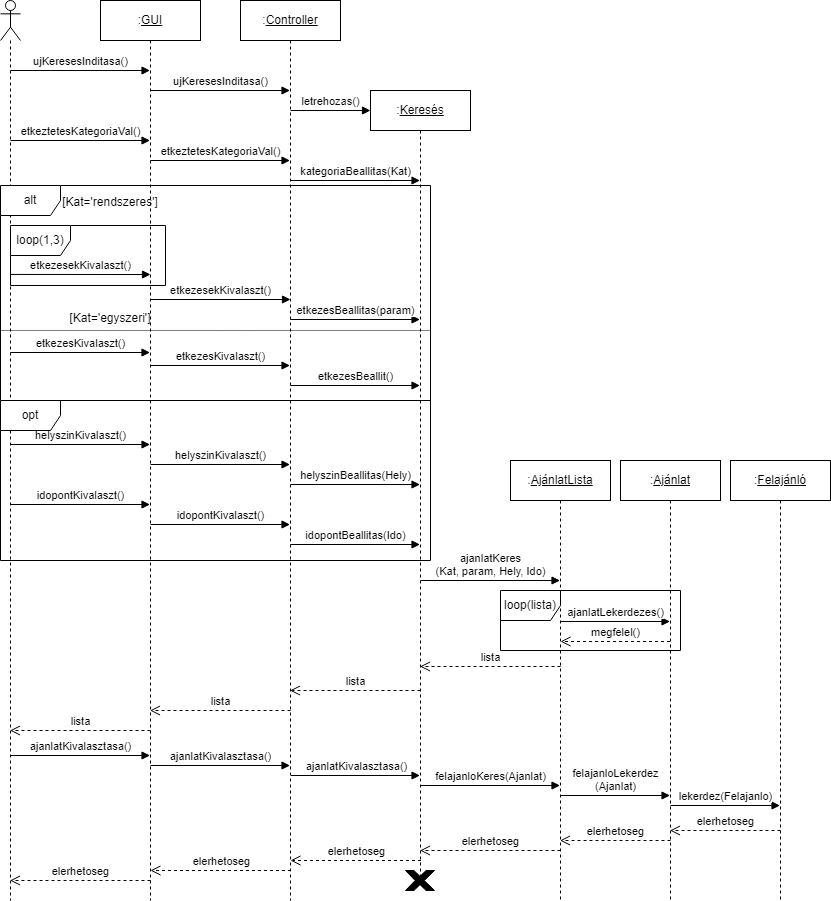
Residuum22/swdhomework keeps this draw.io diagram as SequenceDiagram.png. Above is the earlier version. Source tidied: cells renumbered, new cells last; positions are measured from the earlier drawing's top-left corner, leaving out a move shared by most shapes. The source it was exported from:
```xml
<mxGraphModel>
  <root>
    <mxCell id="0" />
    <mxCell id="1" parent="0" />
    <mxCell id="2" style="shape=umlLifeline;participant=umlActor;perimeter=lifelinePerimeter;whiteSpace=wrap;html=1;verticalAlign=top;spacingTop=36;outlineConnect=0;" parent="1" vertex="1">
      <mxGeometry width="20" height="900" as="geometry" />
    </mxCell>
    <mxCell id="3" value="ujKeresesInditasa()" style="html=1;verticalAlign=bottom;endArrow=block;rounded=0;" parent="2" edge="1" target="8">
      <mxGeometry relative="1" as="geometry">
        <mxPoint x="10" y="70" as="sourcePoint" />
      </mxGeometry>
    </mxCell>
    <mxCell id="4" value="etkeztetesKategoriaVal()" style="html=1;verticalAlign=bottom;endArrow=block;rounded=0;" parent="2" edge="1" target="8">
      <mxGeometry relative="1" as="geometry">
        <mxPoint x="10" y="140" as="sourcePoint" />
      </mxGeometry>
    </mxCell>
    <mxCell id="5" value="idopontKivalaszt()" style="html=1;verticalAlign=bottom;endArrow=block;rounded=0;" parent="2" edge="1">
      <mxGeometry relative="1" as="geometry">
        <mxPoint x="10" y="504" as="sourcePoint" />
        <mxPoint x="149.5" y="504" as="targetPoint" />
      </mxGeometry>
    </mxCell>
    <mxCell id="6" value="etkezesKivalaszt()" style="html=1;verticalAlign=bottom;endArrow=block;rounded=0;" parent="2" edge="1">
      <mxGeometry relative="1" as="geometry">
        <mxPoint x="10" y="352" as="sourcePoint" />
        <mxPoint x="149.5" y="352" as="targetPoint" />
      </mxGeometry>
    </mxCell>
    <mxCell id="7" value="ajanlatKivalasztasa()" style="html=1;verticalAlign=bottom;endArrow=block;rounded=0;" parent="2" edge="1">
      <mxGeometry relative="1" as="geometry">
        <mxPoint x="10" y="755" as="sourcePoint" />
        <mxPoint x="149.5" y="755" as="targetPoint" />
      </mxGeometry>
    </mxCell>
    <mxCell id="8" value=":&lt;u&gt;GUI&lt;/u&gt;" style="shape=umlLifeline;perimeter=lifelinePerimeter;whiteSpace=wrap;html=1;outlineConnect=0;" parent="1" vertex="1">
      <mxGeometry x="100" width="100" height="900" as="geometry" />
    </mxCell>
    <mxCell id="9" value="ujKeresesInditasa()" style="html=1;verticalAlign=bottom;endArrow=block;rounded=0;" parent="8" edge="1" target="11">
      <mxGeometry relative="1" as="geometry">
        <mxPoint x="50" y="90" as="sourcePoint" />
      </mxGeometry>
    </mxCell>
    <mxCell id="10" value="etkeztetesKategoriaVal()" style="html=1;verticalAlign=bottom;endArrow=block;rounded=0;" parent="8" edge="1" target="11">
      <mxGeometry relative="1" as="geometry">
        <mxPoint x="50" y="160" as="sourcePoint" />
      </mxGeometry>
    </mxCell>
    <mxCell id="11" value=":&lt;u&gt;Controller&lt;/u&gt;" style="shape=umlLifeline;perimeter=lifelinePerimeter;whiteSpace=wrap;html=1;outlineConnect=0;" parent="1" vertex="1">
      <mxGeometry x="240" width="100" height="900" as="geometry" />
    </mxCell>
    <mxCell id="12" value="letrehozas()" style="html=1;verticalAlign=bottom;endArrow=block;rounded=0;" parent="11" edge="1">
      <mxGeometry relative="1" as="geometry">
        <mxPoint x="50" y="110" as="sourcePoint" />
        <mxPoint x="130" y="110" as="targetPoint" />
      </mxGeometry>
    </mxCell>
    <mxCell id="13" value="kategoriaBeallitas(Kat)" style="html=1;verticalAlign=bottom;endArrow=block;rounded=0;" parent="11" edge="1" target="22">
      <mxGeometry relative="1" as="geometry">
        <mxPoint x="50" y="180" as="sourcePoint" />
      </mxGeometry>
    </mxCell>
    <mxCell id="14" value="etkezesBeallitas(param)" style="html=1;verticalAlign=bottom;endArrow=block;rounded=0;" parent="11" edge="1">
      <mxGeometry relative="1" as="geometry">
        <mxPoint x="50" y="319" as="sourcePoint" />
        <mxPoint x="179.5" y="319" as="targetPoint" />
      </mxGeometry>
    </mxCell>
    <mxCell id="15" value="helyszinKivalaszt()" style="html=1;verticalAlign=bottom;endArrow=block;rounded=0;" parent="11" edge="1">
      <mxGeometry relative="1" as="geometry">
        <mxPoint x="-90" y="464" as="sourcePoint" />
        <mxPoint x="49.5" y="464" as="targetPoint" />
      </mxGeometry>
    </mxCell>
    <mxCell id="16" value="helyszinBeallitas(Hely)" style="html=1;verticalAlign=bottom;endArrow=block;rounded=0;" parent="11" edge="1">
      <mxGeometry relative="1" as="geometry">
        <mxPoint x="50" y="484" as="sourcePoint" />
        <mxPoint x="179.5" y="484" as="targetPoint" />
      </mxGeometry>
    </mxCell>
    <mxCell id="17" value="idopontKivalaszt()" style="html=1;verticalAlign=bottom;endArrow=block;rounded=0;" parent="11" edge="1">
      <mxGeometry relative="1" as="geometry">
        <mxPoint x="-90" y="524" as="sourcePoint" />
        <mxPoint x="49.5" y="524" as="targetPoint" />
      </mxGeometry>
    </mxCell>
    <mxCell id="18" value="idopontBeallitas(Ido)" style="html=1;verticalAlign=bottom;endArrow=block;rounded=0;" parent="11" edge="1">
      <mxGeometry relative="1" as="geometry">
        <mxPoint x="50" y="544" as="sourcePoint" />
        <mxPoint x="179.5" y="544" as="targetPoint" />
      </mxGeometry>
    </mxCell>
    <mxCell id="19" value="etkezesKivalaszt()" style="html=1;verticalAlign=bottom;endArrow=block;rounded=0;" parent="11" edge="1">
      <mxGeometry relative="1" as="geometry">
        <mxPoint x="-90" y="365" as="sourcePoint" />
        <mxPoint x="49.5" y="365" as="targetPoint" />
      </mxGeometry>
    </mxCell>
    <mxCell id="20" value="ajanlatKivalasztasa()" style="html=1;verticalAlign=bottom;endArrow=block;rounded=0;" parent="11" edge="1">
      <mxGeometry relative="1" as="geometry">
        <mxPoint x="-90" y="765" as="sourcePoint" />
        <mxPoint x="49.5" y="765" as="targetPoint" />
      </mxGeometry>
    </mxCell>
    <mxCell id="21" value="elerhetoseg" style="html=1;verticalAlign=bottom;endArrow=open;dashed=1;endSize=8;rounded=0;" parent="11" edge="1">
      <mxGeometry relative="1" as="geometry">
        <mxPoint x="180.5" y="860" as="sourcePoint" />
        <mxPoint x="50" y="860" as="targetPoint" />
      </mxGeometry>
    </mxCell>
    <mxCell id="22" value=":&lt;u&gt;Keresés&lt;/u&gt;" style="shape=umlLifeline;perimeter=lifelinePerimeter;whiteSpace=wrap;html=1;outlineConnect=0;" parent="1" vertex="1">
      <mxGeometry x="370" y="90" width="100" height="790" as="geometry" />
    </mxCell>
    <mxCell id="23" value="alt" style="shape=umlFrame;whiteSpace=wrap;html=1;" parent="22" vertex="1">
      <mxGeometry x="-370" y="95" width="430" height="215" as="geometry" />
    </mxCell>
    <mxCell id="24" value="etkezesBeallit()" style="html=1;verticalAlign=bottom;endArrow=block;rounded=0;" parent="22" edge="1">
      <mxGeometry relative="1" as="geometry">
        <mxPoint x="-80" y="295" as="sourcePoint" />
        <mxPoint x="49.5" y="295" as="targetPoint" />
      </mxGeometry>
    </mxCell>
    <mxCell id="25" value="[Kat='egyszeri']" style="text;html=1;strokeColor=none;fillColor=none;align=center;verticalAlign=middle;whiteSpace=wrap;rounded=0;" parent="22" vertex="1">
      <mxGeometry x="-300" y="220" width="80" height="16" as="geometry" />
    </mxCell>
    <mxCell id="26" value="ajanlatKeres&lt;br&gt;(Kat, param, Hely, Ido)" style="html=1;verticalAlign=bottom;endArrow=block;rounded=0;" parent="22" edge="1" target="31">
      <mxGeometry relative="1" as="geometry">
        <mxPoint x="50" y="490" as="sourcePoint" />
      </mxGeometry>
    </mxCell>
    <mxCell id="27" style="line;strokeWidth=1;fillColor=none;align=left;verticalAlign=middle;spacingTop=-1;spacingLeft=3;spacingRight=3;labelPosition=right;dashed=1;dashPattern=1 1;" parent="22" vertex="1">
      <mxGeometry x="-370" y="236" width="430" height="8" as="geometry" />
    </mxCell>
    <mxCell id="28" value="ajanlatKivalasztasa()" style="html=1;verticalAlign=bottom;endArrow=block;rounded=0;" parent="22" edge="1">
      <mxGeometry relative="1" as="geometry">
        <mxPoint x="-79.5" y="685" as="sourcePoint" />
        <mxPoint x="49.5" y="685" as="targetPoint" />
      </mxGeometry>
    </mxCell>
    <mxCell id="29" value="felajanloKeres(Ajanlat)" style="html=1;verticalAlign=bottom;endArrow=block;rounded=0;" parent="22" edge="1">
      <mxGeometry relative="1" as="geometry">
        <mxPoint x="50" y="695" as="sourcePoint" />
        <mxPoint x="189.5" y="695" as="targetPoint" />
      </mxGeometry>
    </mxCell>
    <mxCell id="30" value="loop(1,3)" style="shape=umlFrame;whiteSpace=wrap;html=1;" parent="22" vertex="1">
      <mxGeometry x="-360" y="135" width="155" height="60" as="geometry" />
    </mxCell>
    <mxCell id="31" value=":&lt;u&gt;AjánlatLista&lt;/u&gt;" style="shape=umlLifeline;perimeter=lifelinePerimeter;whiteSpace=wrap;html=1;outlineConnect=0;" parent="1" vertex="1">
      <mxGeometry x="510" y="460" width="100" height="440" as="geometry" />
    </mxCell>
    <mxCell id="32" value="ajanlatLekerdezes()" style="html=1;verticalAlign=bottom;endArrow=block;rounded=0;" parent="31" edge="1">
      <mxGeometry relative="1" as="geometry">
        <mxPoint x="50" y="161" as="sourcePoint" />
        <mxPoint x="159.5" y="161" as="targetPoint" />
      </mxGeometry>
    </mxCell>
    <mxCell id="33" value="megfelel()" style="html=1;verticalAlign=bottom;endArrow=open;dashed=1;endSize=8;rounded=0;" parent="31" edge="1">
      <mxGeometry relative="1" as="geometry">
        <mxPoint x="159.5" y="181" as="sourcePoint" />
        <mxPoint x="50" y="181" as="targetPoint" />
      </mxGeometry>
    </mxCell>
    <mxCell id="34" value="felajanloLekerdez&lt;br&gt;(Ajanlat)" style="html=1;verticalAlign=bottom;endArrow=block;rounded=0;" parent="31" edge="1">
      <mxGeometry relative="1" as="geometry">
        <mxPoint x="50" y="335" as="sourcePoint" />
        <mxPoint x="159.5" y="335" as="targetPoint" />
      </mxGeometry>
    </mxCell>
    <mxCell id="35" value="elerhetoseg" style="html=1;verticalAlign=bottom;endArrow=open;dashed=1;endSize=8;rounded=0;" parent="31" edge="1" target="31">
      <mxGeometry relative="1" as="geometry">
        <mxPoint x="160" y="380" as="sourcePoint" />
      </mxGeometry>
    </mxCell>
    <mxCell id="36" value="etkezesekKivalaszt()" style="html=1;verticalAlign=bottom;endArrow=block;rounded=0;exitX=0.021;exitY=0.269;exitDx=0;exitDy=0;exitPerimeter=0;" parent="1" edge="1">
      <mxGeometry relative="1" as="geometry">
        <mxPoint x="10.1" y="273.9" as="sourcePoint" />
        <mxPoint x="150" y="274" as="targetPoint" />
      </mxGeometry>
    </mxCell>
    <mxCell id="37" value="etkezesekKivalaszt()" style="html=1;verticalAlign=bottom;endArrow=block;rounded=0;" parent="1" edge="1">
      <mxGeometry relative="1" as="geometry">
        <mxPoint x="149.5" y="299" as="sourcePoint" />
        <mxPoint x="290" y="299" as="targetPoint" />
      </mxGeometry>
    </mxCell>
    <mxCell id="38" value="helyszinKivalaszt()" style="html=1;verticalAlign=bottom;endArrow=block;rounded=0;" parent="1" edge="1">
      <mxGeometry relative="1" as="geometry">
        <mxPoint x="10" y="444" as="sourcePoint" />
        <mxPoint x="149.5" y="444" as="targetPoint" />
      </mxGeometry>
    </mxCell>
    <mxCell id="39" value="[Kat='rendszeres']" style="text;html=1;strokeColor=none;fillColor=none;align=center;verticalAlign=middle;whiteSpace=wrap;rounded=0;" parent="1" vertex="1">
      <mxGeometry x="70" y="194" width="80" height="16" as="geometry" />
    </mxCell>
    <mxCell id="40" value=":&lt;u&gt;Ajánlat&lt;/u&gt;" style="shape=umlLifeline;perimeter=lifelinePerimeter;whiteSpace=wrap;html=1;outlineConnect=0;" parent="1" vertex="1">
      <mxGeometry x="620" y="460" width="100" height="440" as="geometry" />
    </mxCell>
    <mxCell id="41" value="loop(lista)" style="shape=umlFrame;whiteSpace=wrap;html=1;" parent="40" vertex="1">
      <mxGeometry x="-120" y="130" width="180" height="60" as="geometry" />
    </mxCell>
    <mxCell id="42" value="lekerdez(Felajanlo)" style="html=1;verticalAlign=bottom;endArrow=block;rounded=0;" parent="40" edge="1">
      <mxGeometry relative="1" as="geometry">
        <mxPoint x="50" y="345" as="sourcePoint" />
        <mxPoint x="159.5" y="345" as="targetPoint" />
      </mxGeometry>
    </mxCell>
    <mxCell id="43" value="elerhetoseg" style="html=1;verticalAlign=bottom;endArrow=open;dashed=1;endSize=8;rounded=0;" parent="40" edge="1" target="40">
      <mxGeometry relative="1" as="geometry">
        <mxPoint x="160" y="370" as="sourcePoint" />
      </mxGeometry>
    </mxCell>
    <mxCell id="44" value="lista" style="html=1;verticalAlign=bottom;endArrow=open;dashed=1;endSize=8;rounded=0;" parent="1" edge="1">
      <mxGeometry relative="1" as="geometry">
        <mxPoint x="560" y="666" as="sourcePoint" />
        <mxPoint x="419.5" y="666" as="targetPoint" />
      </mxGeometry>
    </mxCell>
    <mxCell id="45" value="lista" style="html=1;verticalAlign=bottom;endArrow=open;dashed=1;endSize=8;rounded=0;" parent="1" edge="1" target="11">
      <mxGeometry relative="1" as="geometry">
        <mxPoint x="420" y="690" as="sourcePoint" />
      </mxGeometry>
    </mxCell>
    <mxCell id="46" value="lista" style="html=1;verticalAlign=bottom;endArrow=open;dashed=1;endSize=8;rounded=0;" parent="1" edge="1" target="8">
      <mxGeometry relative="1" as="geometry">
        <mxPoint x="290" y="710" as="sourcePoint" />
      </mxGeometry>
    </mxCell>
    <mxCell id="47" value="lista" style="html=1;verticalAlign=bottom;endArrow=open;dashed=1;endSize=8;rounded=0;" parent="1" edge="1" target="2">
      <mxGeometry relative="1" as="geometry">
        <mxPoint x="150" y="730" as="sourcePoint" />
      </mxGeometry>
    </mxCell>
    <mxCell id="48" value=":&lt;u&gt;Felajánló&lt;/u&gt;" style="shape=umlLifeline;perimeter=lifelinePerimeter;whiteSpace=wrap;html=1;" parent="1" vertex="1">
      <mxGeometry x="730" y="460" width="100" height="440" as="geometry" />
    </mxCell>
    <mxCell id="49" value="elerhetoseg" style="html=1;verticalAlign=bottom;endArrow=open;dashed=1;endSize=8;rounded=0;" parent="1" edge="1" target="22">
      <mxGeometry relative="1" as="geometry">
        <mxPoint x="560" y="850" as="sourcePoint" />
      </mxGeometry>
    </mxCell>
    <mxCell id="50" value="elerhetoseg" style="html=1;verticalAlign=bottom;endArrow=open;dashed=1;endSize=8;rounded=0;" parent="1" edge="1">
      <mxGeometry relative="1" as="geometry">
        <mxPoint x="290.5" y="870" as="sourcePoint" />
        <mxPoint x="150" y="870" as="targetPoint" />
      </mxGeometry>
    </mxCell>
    <mxCell id="51" value="elerhetoseg" style="html=1;verticalAlign=bottom;endArrow=open;dashed=1;endSize=8;rounded=0;" parent="1" edge="1" target="2">
      <mxGeometry relative="1" as="geometry">
        <mxPoint x="150" y="880" as="sourcePoint" />
      </mxGeometry>
    </mxCell>
    <mxCell id="52" style="verticalLabelPosition=bottom;verticalAlign=top;html=1;shape=mxgraph.basic.x;strokeColor=#000000;fillColor=#000000;" parent="1" vertex="1">
      <mxGeometry x="405" y="870" width="29" height="20" as="geometry" />
    </mxCell>
    <mxCell id="53" value="opt" style="shape=umlFrame;whiteSpace=wrap;html=1;" parent="1" vertex="1">
      <mxGeometry y="400" width="430" height="160" as="geometry" />
    </mxCell>
  </root>
</mxGraphModel>
```
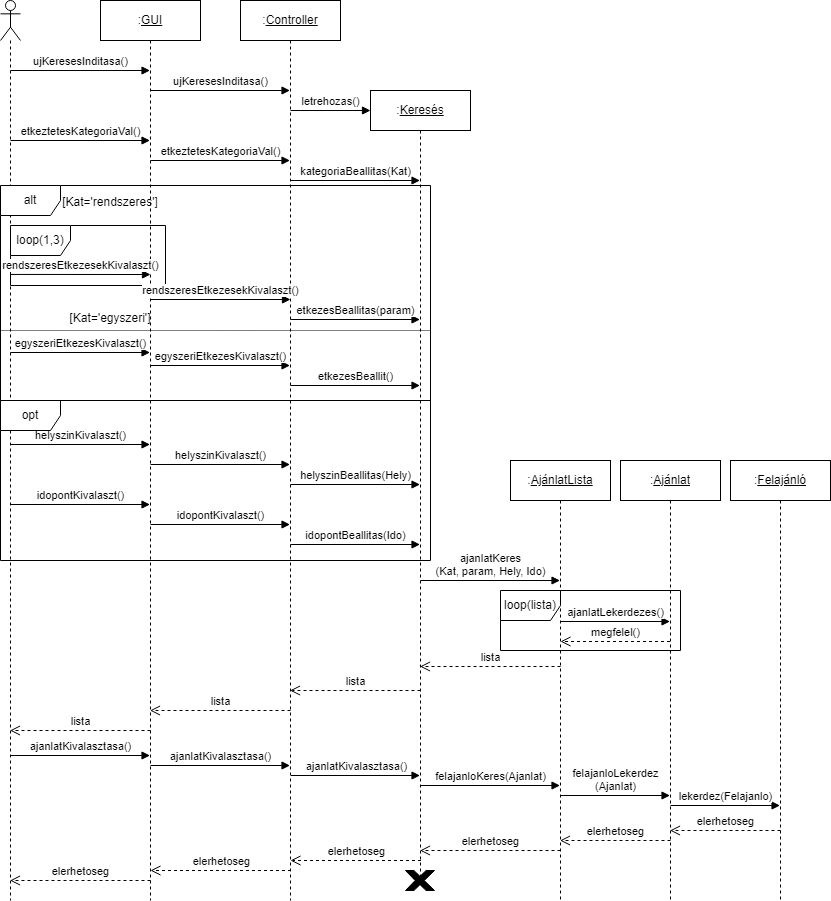
After the commit.

Commit message:
sequence diagram + DCD

Diff of the diagram source:
```diff
@@ -21,7 +21,7 @@
         <mxPoint x="149.5" y="504" as="targetPoint" />
       </mxGeometry>
     </mxCell>
-    <mxCell id="6" value="etkezesKivalaszt()" style="html=1;verticalAlign=bottom;endArrow=block;rounded=0;" parent="2" edge="1">
+    <mxCell id="6" value="egyszeriEtkezesKivalaszt()" style="html=1;verticalAlign=bottom;endArrow=block;rounded=0;" parent="2" edge="1">
       <mxGeometry relative="1" as="geometry">
         <mxPoint x="10" y="352" as="sourcePoint" />
         <mxPoint x="149.5" y="352" as="targetPoint" />
@@ -90,7 +90,7 @@
         <mxPoint x="179.5" y="544" as="targetPoint" />
       </mxGeometry>
     </mxCell>
-    <mxCell id="19" value="etkezesKivalaszt()" style="html=1;verticalAlign=bottom;endArrow=block;rounded=0;" parent="11" edge="1">
+    <mxCell id="19" value="egyszeriEtkezesKivalaszt()" style="html=1;verticalAlign=bottom;endArrow=block;rounded=0;" parent="11" edge="1">
       <mxGeometry relative="1" as="geometry">
         <mxPoint x="-90" y="365" as="sourcePoint" />
         <mxPoint x="49.5" y="365" as="targetPoint" />
@@ -111,9 +111,6 @@
     <mxCell id="22" value=":&lt;u&gt;Keresés&lt;/u&gt;" style="shape=umlLifeline;perimeter=lifelinePerimeter;whiteSpace=wrap;html=1;outlineConnect=0;" parent="1" vertex="1">
       <mxGeometry x="370" y="90" width="100" height="790" as="geometry" />
     </mxCell>
-    <mxCell id="23" value="alt" style="shape=umlFrame;whiteSpace=wrap;html=1;" parent="22" vertex="1">
-      <mxGeometry x="-370" y="95" width="430" height="215" as="geometry" />
-    </mxCell>
     <mxCell id="24" value="etkezesBeallit()" style="html=1;verticalAlign=bottom;endArrow=block;rounded=0;" parent="22" edge="1">
       <mxGeometry relative="1" as="geometry">
         <mxPoint x="-80" y="295" as="sourcePoint" />
@@ -172,13 +169,13 @@
         <mxPoint x="160" y="380" as="sourcePoint" />
       </mxGeometry>
     </mxCell>
-    <mxCell id="36" value="etkezesekKivalaszt()" style="html=1;verticalAlign=bottom;endArrow=block;rounded=0;exitX=0.021;exitY=0.269;exitDx=0;exitDy=0;exitPerimeter=0;" parent="1" edge="1">
+    <mxCell id="36" value="rendszeresEtkezesekKivalaszt()" style="html=1;verticalAlign=bottom;endArrow=block;rounded=0;exitX=0.021;exitY=0.269;exitDx=0;exitDy=0;exitPerimeter=0;" parent="1" edge="1">
       <mxGeometry relative="1" as="geometry">
         <mxPoint x="10.1" y="273.9" as="sourcePoint" />
         <mxPoint x="150" y="274" as="targetPoint" />
       </mxGeometry>
     </mxCell>
-    <mxCell id="37" value="etkezesekKivalaszt()" style="html=1;verticalAlign=bottom;endArrow=block;rounded=0;" parent="1" edge="1">
+    <mxCell id="37" value="rendszeresEtkezesekKivalaszt()" style="html=1;verticalAlign=bottom;endArrow=block;rounded=0;" parent="1" edge="1">
       <mxGeometry relative="1" as="geometry">
         <mxPoint x="149.5" y="299" as="sourcePoint" />
         <mxPoint x="290" y="299" as="targetPoint" />
@@ -256,5 +253,8 @@
     <mxCell id="53" value="opt" style="shape=umlFrame;whiteSpace=wrap;html=1;" parent="1" vertex="1">
       <mxGeometry y="400" width="430" height="160" as="geometry" />
     </mxCell>
+    <mxCell id="23" value="alt" style="shape=umlFrame;whiteSpace=wrap;html=1;" parent="1" vertex="1">
+      <mxGeometry y="185" width="430" height="215" as="geometry" />
+    </mxCell>
   </root>
 </mxGraphModel>
```
